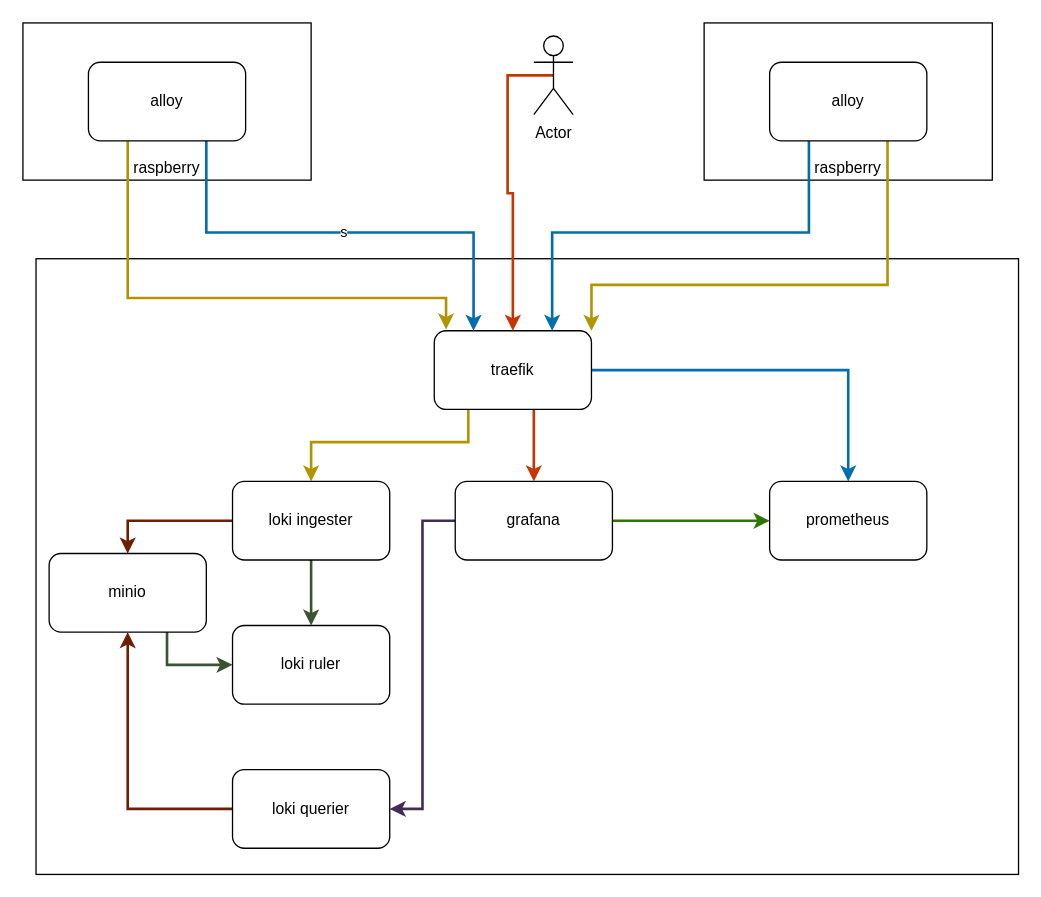
This is metricmind.drawio from mdiazn80/metricmind, a draw.io file, before an edit. Source tidied: cells renumbered, new cells numbered last; positions are measured from the earlier drawing's top-left corner, leaving out a move shared by most shapes. Both pictures are drawn from the tidied source at 131%, with x=0, y=0 at pixel (22, 22).
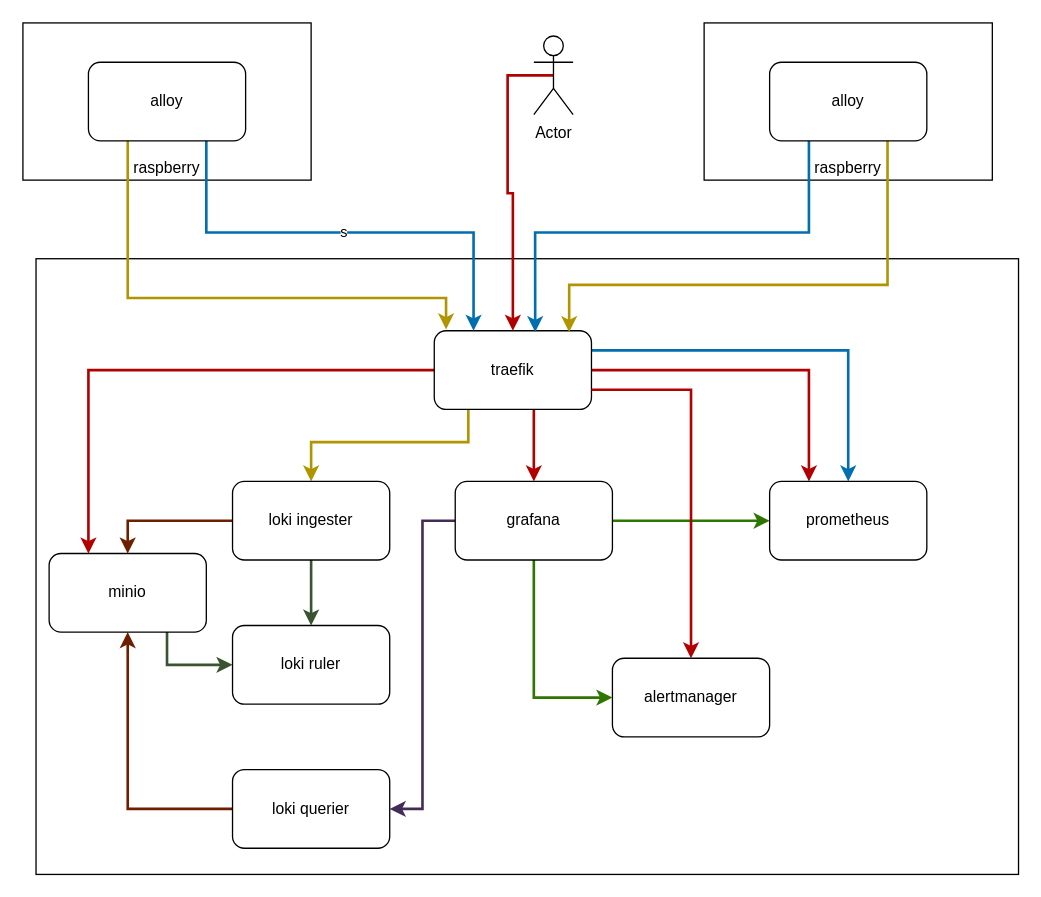
Above is the later version.

The change refers to these unchanged cells:
```xml
<mxCell id="5" value="grafana" style="rounded=1;whiteSpace=wrap;html=1;" parent="1" vertex="1">
  <mxGeometry x="330" y="350" width="120" height="60" as="geometry" />
</mxCell>
<mxCell id="9" value="traefik" style="rounded=1;whiteSpace=wrap;html=1;" parent="1" vertex="1">
  <mxGeometry x="314" y="235" width="120" height="60" as="geometry" />
</mxCell>
<mxCell id="14" value="prometheus" style="rounded=1;whiteSpace=wrap;html=1;" parent="1" vertex="1">
  <mxGeometry x="570" y="350" width="120" height="60" as="geometry" />
</mxCell>
<mxCell id="16" value="Actor" style="shape=umlActor;verticalLabelPosition=bottom;verticalAlign=top;html=1;outlineConnect=0;" parent="1" vertex="1">
  <mxGeometry x="390" y="10" width="30" height="60" as="geometry" />
</mxCell>
<mxCell id="23" value="alloy" style="rounded=1;whiteSpace=wrap;html=1;" parent="1" vertex="1">
  <mxGeometry x="570" y="30" width="120" height="60" as="geometry" />
</mxCell>
<mxCell id="27" value="minio" style="rounded=1;whiteSpace=wrap;html=1;" parent="1" vertex="1">
  <mxGeometry x="20" y="405" width="120" height="60" as="geometry" />
</mxCell>
```

What changed in the source:
```diff
@@
+    <mxCell id="29" style="edgeStyle=orthogonalEdgeStyle;rounded=0;jettySize=auto;html=1;entryX=0;entryY=0.5;entryDx=0;entryDy=0;fillColor=#60a917;strokeColor=#2D7600;strokeWidth=2;" parent="1" edge="1" source="5" target="32">
+      <mxGeometry relative="1" as="geometry" />
+    </mxCell>
@@
     <mxCell id="6" style="edgeStyle=orthogonalEdgeStyle;rounded=0;jettySize=auto;html=1;fillColor=#1ba1e2;strokeColor=#006EAF;strokeWidth=2;" parent="1" edge="1" source="9" target="14">
-      <mxGeometry relative="1" as="geometry" />
+      <mxGeometry relative="1" as="geometry">
+        <Array as="points">
+          <mxPoint x="630" y="250" />
+        </Array>
+      </mxGeometry>
     </mxCell>
-    <mxCell id="7" style="edgeStyle=orthogonalEdgeStyle;rounded=0;jettySize=auto;html=1;entryX=0.5;entryY=0;entryDx=0;entryDy=0;fillColor=#fa6800;strokeColor=#C73500;strokeWidth=2;" parent="1" edge="1" source="9" target="5">
+    <mxCell id="7" style="edgeStyle=orthogonalEdgeStyle;rounded=0;jettySize=auto;html=1;entryX=0.5;entryY=0;entryDx=0;entryDy=0;fillColor=#e51400;strokeColor=#B20000;strokeWidth=2;" parent="1" edge="1" source="9" target="5">
       <mxGeometry relative="1" as="geometry">
         <Array as="points">
-          <mxPoint x="390" y="300" />
-          <mxPoint x="390" y="300" />
+          <mxPoint x="390" y="310" />
+          <mxPoint x="390" y="310" />
         </Array>
       </mxGeometry>
     </mxCell>
@@
+    <mxCell id="30" style="edgeStyle=orthogonalEdgeStyle;rounded=0;jettySize=auto;html=1;entryX=0.25;entryY=0;entryDx=0;entryDy=0;fillColor=#e51400;strokeColor=#B20000;strokeWidth=2;" parent="1" edge="1" source="9" target="27">
+      <mxGeometry relative="1" as="geometry" />
+    </mxCell>
+    <mxCell id="31" style="edgeStyle=orthogonalEdgeStyle;rounded=0;jettySize=auto;html=1;entryX=0.25;entryY=0;entryDx=0;entryDy=0;fillColor=#e51400;strokeColor=#B20000;strokeWidth=2;" parent="1" edge="1" source="9" target="14">
+      <mxGeometry relative="1" as="geometry">
+        <Array as="points">
+          <mxPoint x="600" y="265" />
+        </Array>
+      </mxGeometry>
+    </mxCell>
@@
-    <mxCell id="15" style="edgeStyle=orthogonalEdgeStyle;rounded=0;jettySize=auto;html=1;entryX=0.5;entryY=0;entryDx=0;entryDy=0;fillColor=#fa6800;strokeColor=#C73500;strokeWidth=2;exitX=0.5;exitY=0.5;exitDx=0;exitDy=0;exitPerimeter=0;" parent="1" edge="1" source="16" target="9">
+    <mxCell id="15" style="edgeStyle=orthogonalEdgeStyle;rounded=0;jettySize=auto;html=1;entryX=0.5;entryY=0;entryDx=0;entryDy=0;fillColor=#e51400;strokeColor=#B20000;strokeWidth=2;exitX=0.5;exitY=0.5;exitDx=0;exitDy=0;exitPerimeter=0;" parent="1" edge="1" source="16" target="9">
       <mxGeometry relative="1" as="geometry">
         <Array as="points">
           <mxPoint x="370" y="40" />
           <mxPoint x="370" y="130" />
           <mxPoint x="374" y="130" />
         </Array>
       </mxGeometry>
     </mxCell>
@@
-    <mxCell id="21" style="edgeStyle=orthogonalEdgeStyle;rounded=0;jettySize=auto;html=1;entryX=0.75;entryY=0;entryDx=0;entryDy=0;fillColor=#1ba1e2;strokeColor=#006EAF;strokeWidth=2;" parent="1" edge="1" source="23" target="9">
+    <mxCell id="21" style="edgeStyle=orthogonalEdgeStyle;rounded=0;jettySize=auto;html=1;entryX=0.642;entryY=0.017;entryDx=0;entryDy=0;fillColor=#1ba1e2;strokeColor=#006EAF;strokeWidth=2;entryPerimeter=0;" parent="1" edge="1" source="23" target="9">
       <mxGeometry relative="1" as="geometry">
         <Array as="points">
           <mxPoint x="600" y="160" />
-          <mxPoint x="404" y="160" />
+          <mxPoint x="391" y="160" />
         </Array>
       </mxGeometry>
     </mxCell>
-    <mxCell id="22" style="edgeStyle=orthogonalEdgeStyle;rounded=0;jettySize=auto;html=1;entryX=1;entryY=0;entryDx=0;entryDy=0;fillColor=#e3c800;strokeColor=#B09500;strokeWidth=2;" parent="1" edge="1" source="23" target="9">
+    <mxCell id="22" style="edgeStyle=orthogonalEdgeStyle;rounded=0;jettySize=auto;html=1;entryX=0.858;entryY=0.017;entryDx=0;entryDy=0;fillColor=#e3c800;strokeColor=#B09500;strokeWidth=2;entryPerimeter=0;" parent="1" edge="1" source="23" target="9">
       <mxGeometry relative="1" as="geometry">
         <Array as="points">
           <mxPoint x="660" y="200" />
-          <mxPoint x="434" y="200" />
+          <mxPoint x="417" y="200" />
         </Array>
       </mxGeometry>
     </mxCell>
@@
+    <mxCell id="32" value="alertmanager" style="rounded=1;whiteSpace=wrap;html=1;" parent="1" vertex="1">
+      <mxGeometry x="450" y="485" width="120" height="60" as="geometry" />
+    </mxCell>
+    <mxCell id="33" style="edgeStyle=orthogonalEdgeStyle;rounded=0;jettySize=auto;html=1;entryX=0.5;entryY=0;entryDx=0;entryDy=0;fillColor=#e51400;strokeColor=#B20000;strokeWidth=2;exitX=1;exitY=0.75;exitDx=0;exitDy=0;" parent="1" edge="1" source="9" target="32">
+      <mxGeometry relative="1" as="geometry">
+        <Array as="points">
+          <mxPoint x="510" y="280" />
+        </Array>
+      </mxGeometry>
+    </mxCell>
```
